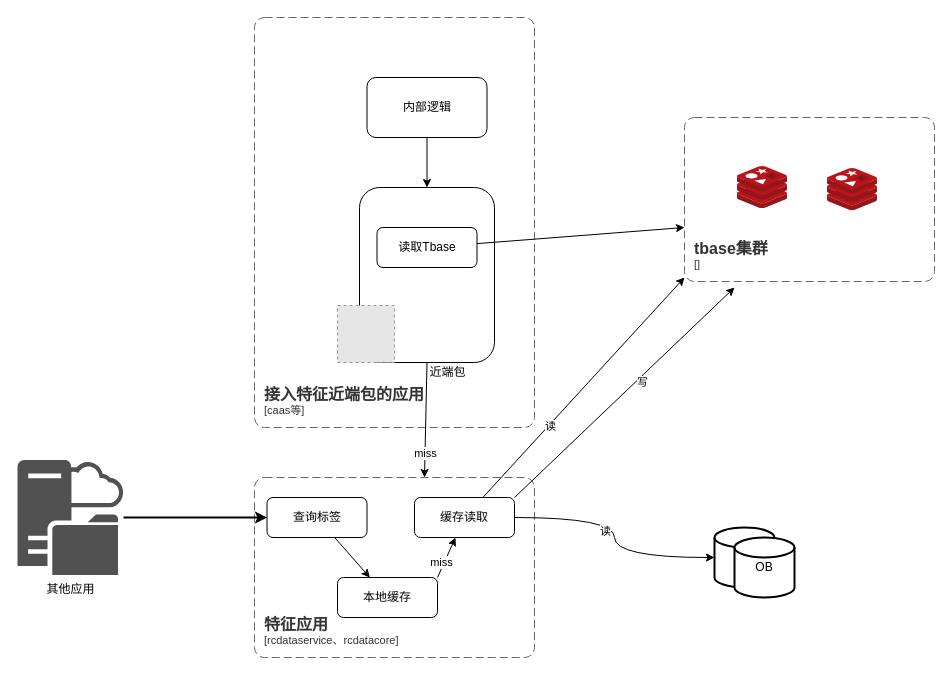
LiYeLin/fruitSellerClient keeps this draw.io diagram as doc/draw/特征缓存架构(近端&服务).drawio. Above is the earlier version. Source tidied: cells renumbered, new cells numbered last; positions are measured from the earlier drawing's top-left corner, leaving out a move shared by most shapes. Both pictures are drawn from the tidied source at 100%, with x=0, y=0 at pixel (17, 17). Pictures stored in the file or linked from it are replaced by grey dashed boxes.
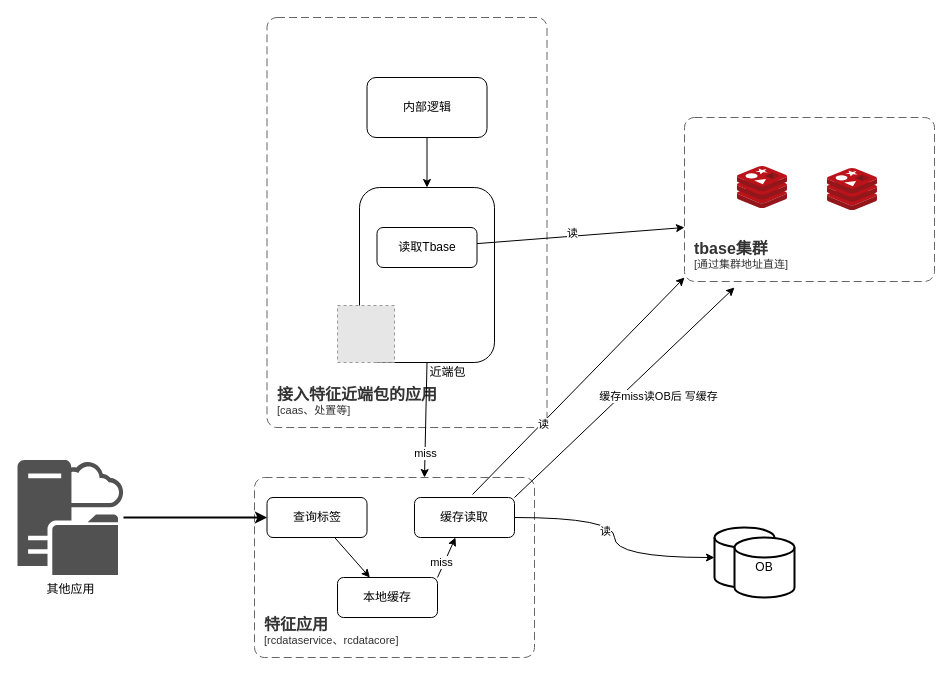
The same page after the edit.

Commit message:
更新特征缓存架构(近端&服务).drawio

The change refers to these unchanged cells:
```xml
<mxCell id="2" style="group;" parent="1" vertex="1">
  <mxGeometry width="917" height="640" as="geometry" />
</mxCell>
<mxCell id="8" style="rounded=0;jettySize=auto;html=1;" parent="2" edge="1" source="9">
  <mxGeometry relative="1" as="geometry">
    <mxPoint x="667" y="210" as="targetPoint" />
  </mxGeometry>
</mxCell>
<mxCell id="14" style="group;" parent="2" vertex="1">
  <mxGeometry x="667" y="100" width="250" height="164" as="geometry" />
</mxCell>
<mxCell id="18" style="rounded=0;jettySize=auto;html=1;exitX=1;exitY=0;exitDx=0;exitDy=0;" parent="2" edge="1" source="29">
  <mxGeometry relative="1" as="geometry">
    <mxPoint x="717" y="270" as="targetPoint" />
  </mxGeometry>
</mxCell>
<mxCell id="29" value="缓存读取" style="rounded=1;whiteSpace=wrap;html=1;" parent="2" vertex="1">
  <mxGeometry x="397" y="480" width="100" height="40" as="geometry" />
</mxCell>
```

What changed in the source:
```diff
@@
-    <object id="3" label="&lt;font style=&quot;font-size: 16px&quot;&gt;&lt;b&gt;&lt;div style=&quot;text-align: left&quot;&gt;%c4Name%&lt;/div&gt;&lt;/b&gt;&lt;/font&gt;&lt;div style=&quot;text-align: left&quot;&gt;[%c4Application%]&lt;/div&gt;" c4Application="caas等" c4Name="接入特征近端包的应用" placeholders="1">
+    <object id="3" label="&lt;font style=&quot;font-size: 16px&quot;&gt;&lt;b&gt;&lt;div style=&quot;text-align: left&quot;&gt;%c4Name%&lt;/div&gt;&lt;/b&gt;&lt;/font&gt;&lt;div style=&quot;text-align: left&quot;&gt;[%c4Application%]&lt;/div&gt;" c4Application="caas、处置等" c4Name="接入特征近端包的应用" placeholders="1">
       <mxCell style="rounded=1;fontSize=11;whiteSpace=wrap;html=1;dashed=1;arcSize=20;fillColor=none;strokeColor=#666666;fontColor=#333333;labelBackgroundColor=none;align=left;verticalAlign=bottom;labelBorderColor=none;spacingTop=0;spacing=10;dashPattern=8 4;perimeter=rectanglePerimeter;noLabel=0;labelPadding=0;absoluteArcSize=1;" parent="2" vertex="1">
-        <mxGeometry x="237" width="280" height="410" as="geometry" />
+        <mxGeometry x="249.5" width="280" height="410" as="geometry" />
       </mxCell>
     </object>
@@
+    <mxCell id="35" value="读" style="edgeLabel;html=1;align=center;verticalAlign=middle;" parent="8" vertex="1">
+      <mxGeometry x="-0.08" y="3" relative="1" as="geometry" />
+    </mxCell>
@@
-    <object id="17" label="&lt;font style=&quot;font-size: 16px&quot;&gt;&lt;b&gt;&lt;div style=&quot;text-align: left&quot;&gt;%c4Name%&lt;/div&gt;&lt;/b&gt;&lt;/font&gt;&lt;div style=&quot;text-align: left&quot;&gt;[%c4Application%]&lt;/div&gt;" c4Application="" c4Name="tbase集群" placeholders="1">
+    <object id="17" label="&lt;font style=&quot;font-size: 16px&quot;&gt;&lt;b&gt;&lt;div style=&quot;text-align: left&quot;&gt;%c4Name%&lt;/div&gt;&lt;/b&gt;&lt;/font&gt;&lt;div style=&quot;text-align: left&quot;&gt;[%c4Application%]&lt;/div&gt;" c4Application="通过集群地址直连" c4Name="tbase集群" placeholders="1">
       <mxCell style="rounded=1;fontSize=11;whiteSpace=wrap;html=1;dashed=1;arcSize=20;fillColor=none;strokeColor=#666666;fontColor=#333333;labelBackgroundColor=none;align=left;verticalAlign=bottom;labelBorderColor=none;spacingTop=0;spacing=10;dashPattern=8 4;perimeter=rectanglePerimeter;noLabel=0;labelPadding=0;absoluteArcSize=1;" parent="14" vertex="1">
         <mxGeometry width="250" height="164" as="geometry" />
       </mxCell>
     </object>
@@
-    <mxCell id="19" value="写" style="edgeLabel;html=1;align=center;verticalAlign=middle;" parent="18" vertex="1">
-      <mxGeometry x="0.13" y="-5" relative="1" as="geometry" />
+    <mxCell id="19" value="缓存miss读OB后 写缓存" style="edgeLabel;html=1;align=center;verticalAlign=middle;" parent="18" vertex="1">
+      <mxGeometry x="0.13" y="-5" relative="1" as="geometry">
+        <mxPoint x="16" y="14" as="offset" />
+      </mxGeometry>
     </mxCell>
@@
-    <mxCell id="25" style="rounded=0;jettySize=auto;html=1;" parent="2" edge="1" source="29">
+    <mxCell id="25" style="rounded=0;jettySize=auto;html=1;exitX=0.58;exitY=-0.075;exitDx=0;exitDy=0;exitPerimeter=0;" parent="2" edge="1" source="29">
       <mxGeometry relative="1" as="geometry">
         <mxPoint x="667" y="260" as="targetPoint" />
       </mxGeometry>
     </mxCell>
```
